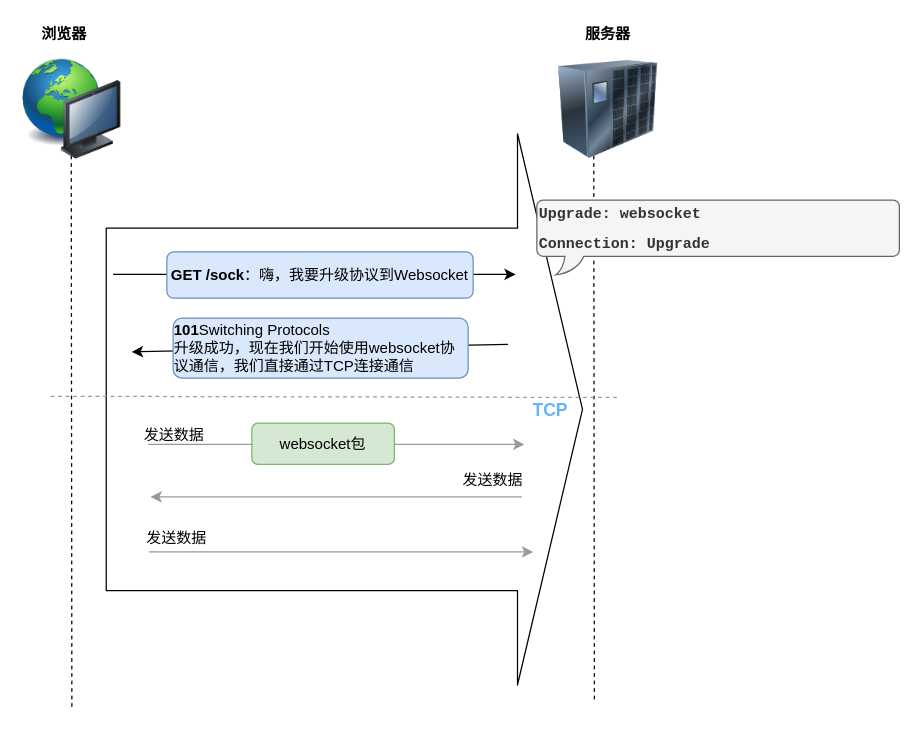
This is page "websocket" (1 of 7) of source/_drawio/sockjs.drawio from ivan-94/bobi.ink, a draw.io file, before an edit. Source tidied: cells renumbered, new cells numbered last; positions are measured from the earlier drawing's top-left corner, leaving out a move shared by most shapes. Both pictures are drawn from the tidied source at 125%, with x=0, y=0 at pixel (21, 21).
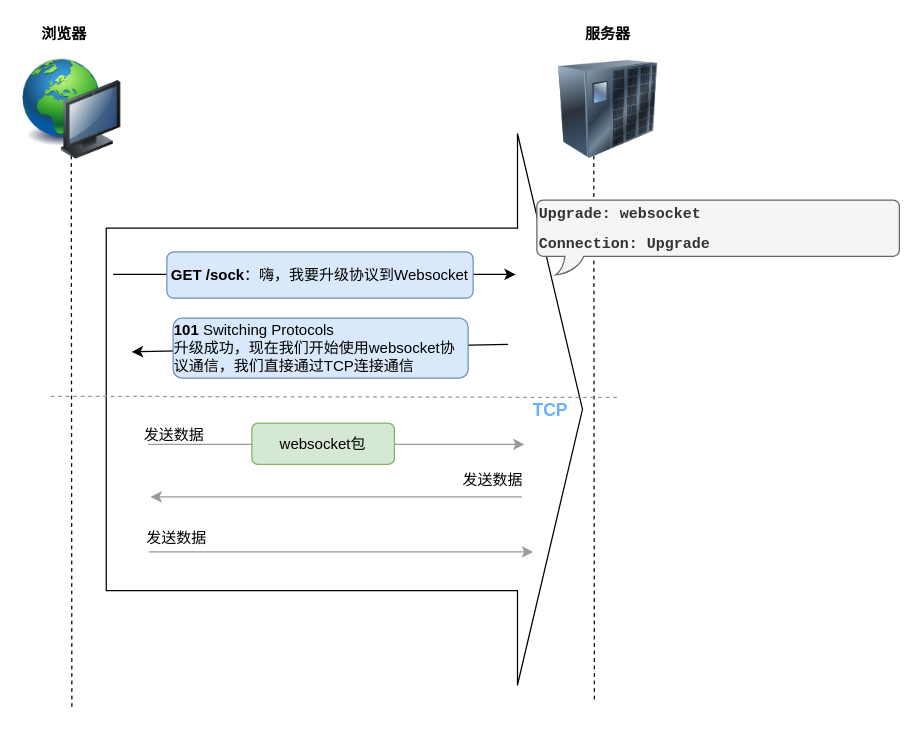
The same page after the edit.

Diff of the diagram source:
```diff
@@
-    <mxCell id="12" value="&lt;div style=&quot;text-align: left&quot;&gt;&lt;b&gt;101&lt;/b&gt;&lt;span&gt;Switching Protocols&lt;/span&gt;&lt;/div&gt;&lt;div style=&quot;text-align: left&quot;&gt;&lt;span&gt;升级成功，&lt;/span&gt;&lt;span&gt;现在我们开始使用websocket协议通信，我们直接通过TCP连接通信&lt;/span&gt;&lt;/div&gt;" style="rounded=1;whiteSpace=wrap;html=1;fillColor=#dae8fc;strokeColor=#6c8ebf;" parent="1" vertex="1">
+    <mxCell id="12" value="&lt;div style=&quot;text-align: left&quot;&gt;&lt;b&gt;101&amp;nbsp;&lt;/b&gt;&lt;span&gt;Switching Protocols&lt;/span&gt;&lt;/div&gt;&lt;div style=&quot;text-align: left&quot;&gt;&lt;span&gt;升级成功，&lt;/span&gt;&lt;span&gt;现在我们开始使用websocket协议通信，我们直接通过TCP连接通信&lt;/span&gt;&lt;/div&gt;" style="rounded=1;whiteSpace=wrap;html=1;fillColor=#dae8fc;strokeColor=#6c8ebf;" parent="1" vertex="1">
       <mxGeometry x="121" y="237" width="236" height="48" as="geometry" />
     </mxCell>
```
